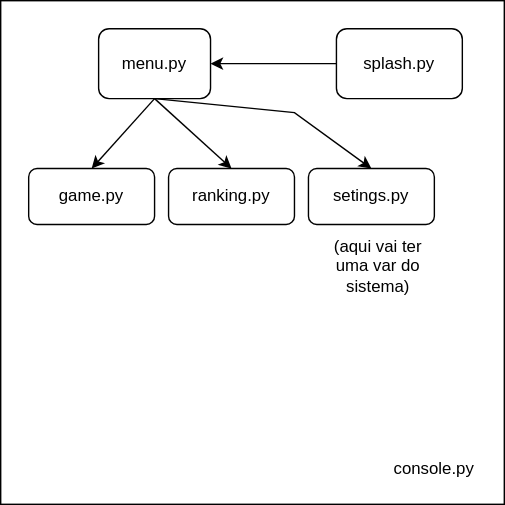
The draw.io diagram planjamento.drawio.svg in JJ-s-Rouguelike/Campanha, before a commit. Source tidied: cells renumbered, new cells last; positions are measured from the earlier drawing's top-left corner, leaving out a move shared by most shapes.
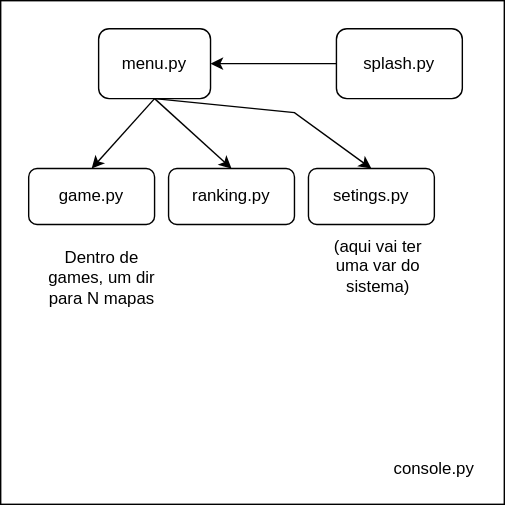
The same diagram one commit later.

The edit, as a diff of the source:
```diff
@@ -62,5 +62,8 @@
     <mxCell id="19" value="(aqui vai ter uma var do sistema)" style="text;html=1;strokeColor=none;fillColor=none;align=center;verticalAlign=middle;whiteSpace=wrap;rounded=0;" parent="1" vertex="1">
       <mxGeometry x="225" y="160" width="90" height="60" as="geometry" />
     </mxCell>
+    <mxCell id="20" value="Dentro de games, um dir para N mapas" style="text;html=1;strokeColor=none;fillColor=none;align=center;verticalAlign=middle;whiteSpace=wrap;rounded=0;" parent="1" vertex="1">
+      <mxGeometry x="25" y="175" width="95" height="45" as="geometry" />
+    </mxCell>
   </root>
 </mxGraphModel>
```
